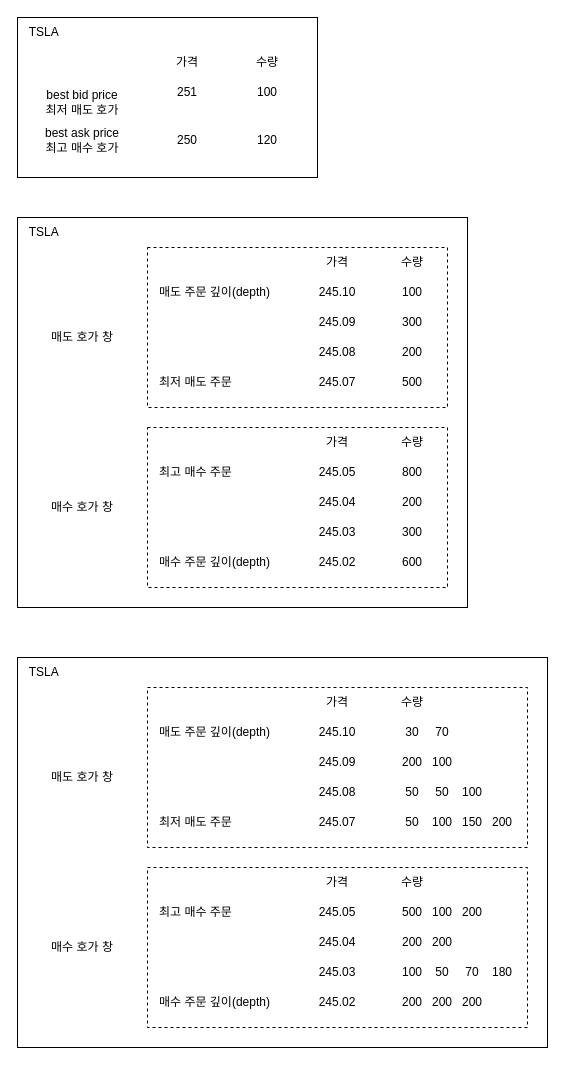
The draw.io diagram quant.drawio in Lavelee954/architecture, before the edit. Source tidied: cells renumbered, new cells numbered last; positions are measured from the earlier drawing's top-left corner, leaving out a move shared by most shapes. Both pictures are drawn from the tidied source at 100%, with x=0, y=0 at pixel (17, 17).
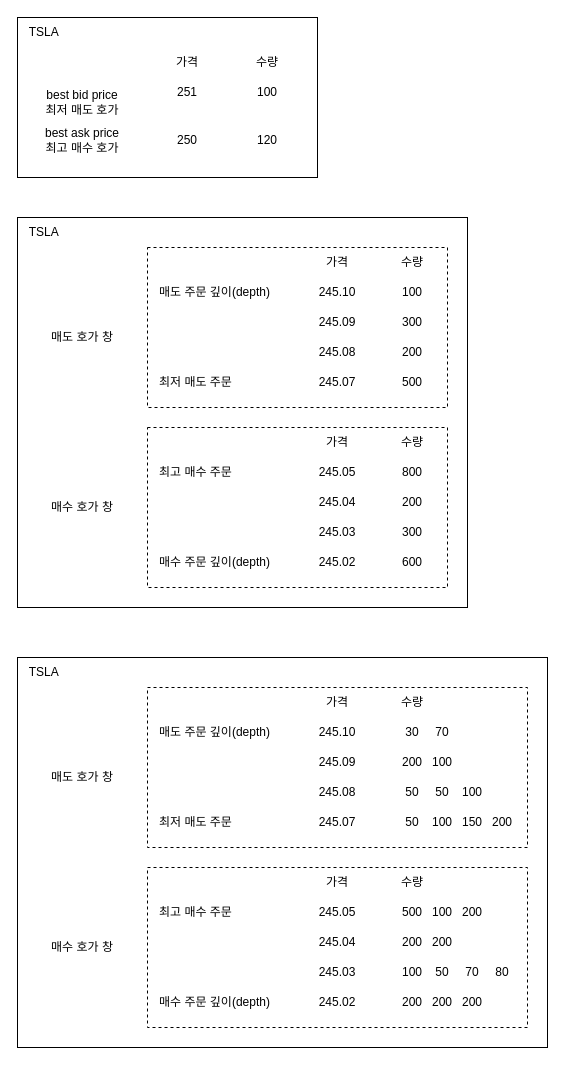
Above is the later version.

Diff of the diagram source:
```diff
@@
-    <mxCell id="86" value="180" style="text;html=1;strokeColor=none;fillColor=none;align=center;verticalAlign=middle;whiteSpace=wrap;rounded=0;" parent="1" vertex="1">
+    <mxCell id="86" value="80" style="text;html=1;strokeColor=none;fillColor=none;align=center;verticalAlign=middle;whiteSpace=wrap;rounded=0;" parent="1" vertex="1">
       <mxGeometry x="470" y="940" width="30" height="30" as="geometry" />
     </mxCell>
```
